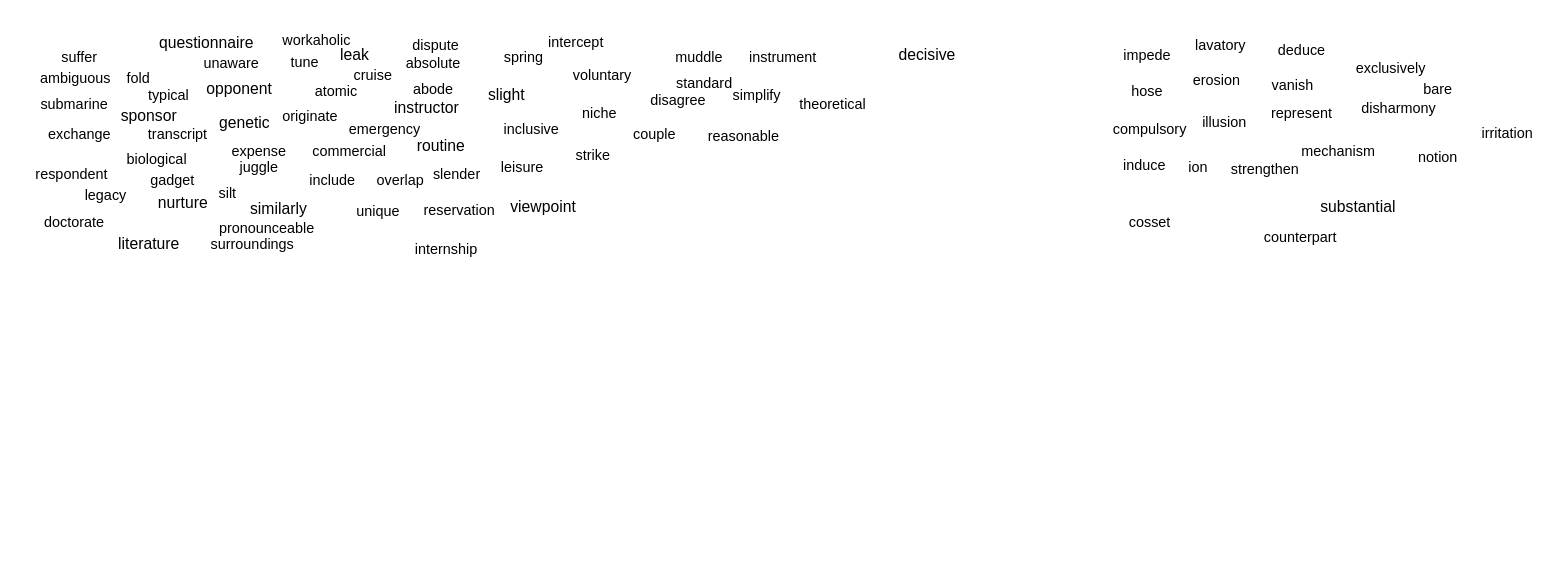
The draw.io diagram page "2023年12月24日" (2 of 2) of 2023-11-13.drawio in GC-L/hello-world, before the edit. Source tidied: cells renumbered, new cells numbered last; positions are measured from the earlier drawing's top-left corner, leaving out a move shared by most shapes. Both pictures are drawn from the tidied source at 131%, with x=0, y=0 at pixel (22, 22).
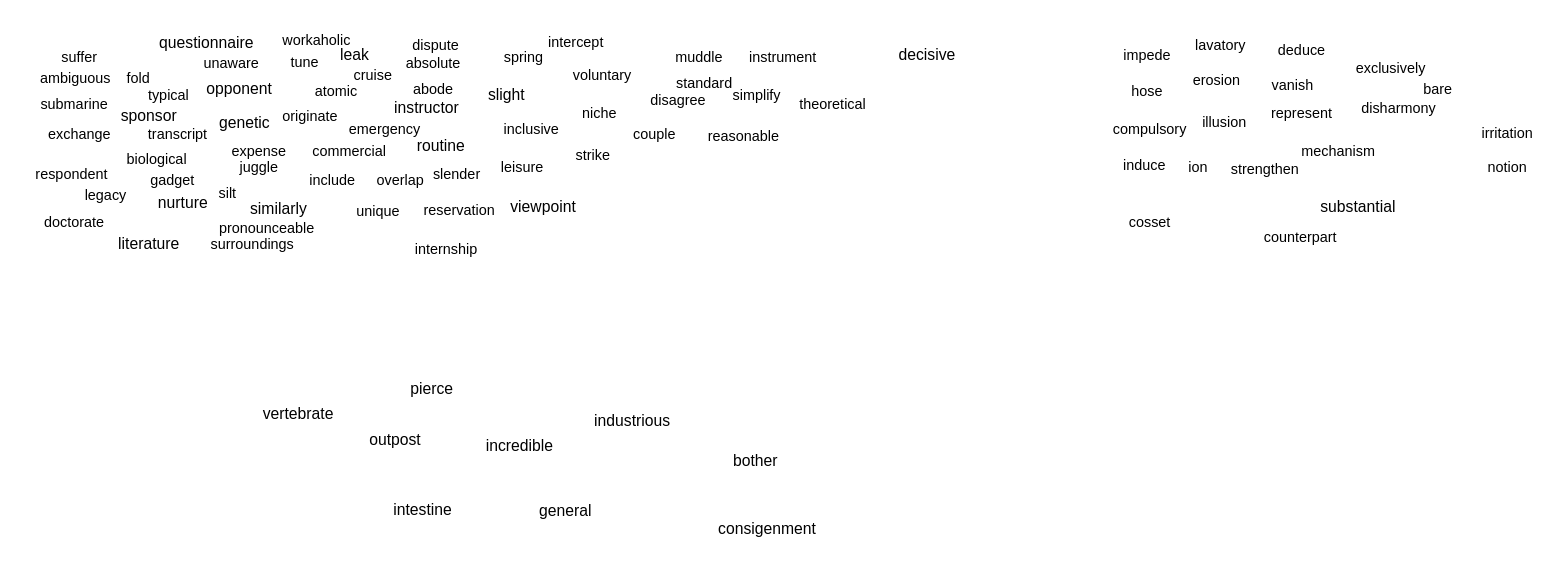
The same diagram, later.

Diff of the diagram source:
```diff
@@
     <mxCell id="33" value="notion" style="text;html=1;align=center;verticalAlign=middle;strokeColor=none;fillColor=none;fontSize=11;fontFamily=Helvetica;fontColor=default;" parent="1" vertex="1">
-      <mxGeometry x="1056" y="90" width="48" height="25" as="geometry" />
+      <mxGeometry x="1108.5" y="97" width="48" height="25" as="geometry" />
     </mxCell>
@@
+    <mxCell id="85" value="pierce" style="text;html=1;align=center;verticalAlign=middle;strokeColor=none;fillColor=none;" parent="1" vertex="1">
+      <mxGeometry x="286" y="267" width="51" height="26" as="geometry" />
+    </mxCell>
+    <mxCell id="86" value="incredible" style="text;html=1;align=center;verticalAlign=middle;strokeColor=none;fillColor=none;" parent="1" vertex="1">
+      <mxGeometry x="344" y="310" width="69" height="26" as="geometry" />
+    </mxCell>
+    <mxCell id="87" value="vertebrate" style="text;html=1;align=center;verticalAlign=middle;strokeColor=none;fillColor=none;" parent="1" vertex="1">
+      <mxGeometry x="173.5" y="286" width="72" height="26" as="geometry" />
+    </mxCell>
+    <mxCell id="88" value="industrious" style="text;html=1;align=center;verticalAlign=middle;strokeColor=none;fillColor=none;" parent="1" vertex="1">
+      <mxGeometry x="427" y="291" width="76" height="26" as="geometry" />
+    </mxCell>
+    <mxCell id="89" value="intestine" style="text;html=1;align=center;verticalAlign=middle;strokeColor=none;fillColor=none;" parent="1" vertex="1">
+      <mxGeometry x="273" y="359" width="63" height="26" as="geometry" />
+    </mxCell>
+    <mxCell id="90" value="outpost" style="text;html=1;align=center;verticalAlign=middle;strokeColor=none;fillColor=none;" parent="1" vertex="1">
+      <mxGeometry x="255" y="306" width="57" height="26" as="geometry" />
+    </mxCell>
+    <mxCell id="91" value="general" style="text;html=1;align=center;verticalAlign=middle;strokeColor=none;fillColor=none;" parent="1" vertex="1">
+      <mxGeometry x="385" y="360" width="58" height="26" as="geometry" />
+    </mxCell>
+    <mxCell id="92" value="bother" style="text;html=1;align=center;verticalAlign=middle;strokeColor=none;fillColor=none;" parent="1" vertex="1">
+      <mxGeometry x="533" y="322" width="52" height="26" as="geometry" />
+    </mxCell>
+    <mxCell id="93" value="consigenment" style="text;html=1;align=center;verticalAlign=middle;strokeColor=none;fillColor=none;" parent="1" vertex="1">
+      <mxGeometry x="521" y="374" width="93" height="26" as="geometry" />
+    </mxCell>
```
